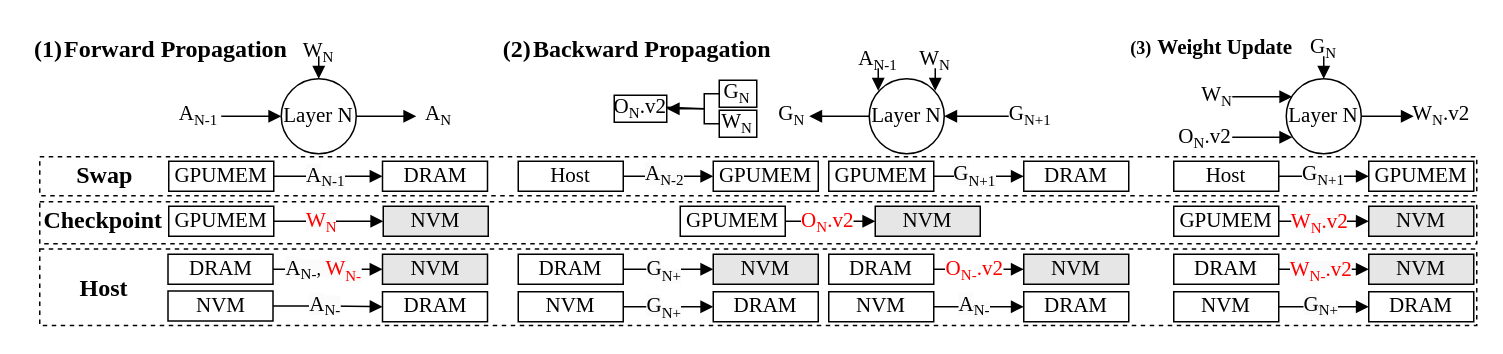
Before: fig/pipeline.drawio in icszhr/NCheck, a draw.io diagram. Source tidied: cells renumbered, new cells numbered last; positions are measured from the earlier drawing's top-left corner, leaving out a move shared by most shapes. Both pictures are drawn from the tidied source at 150%, with x=0, y=0 at pixel (26, 26).
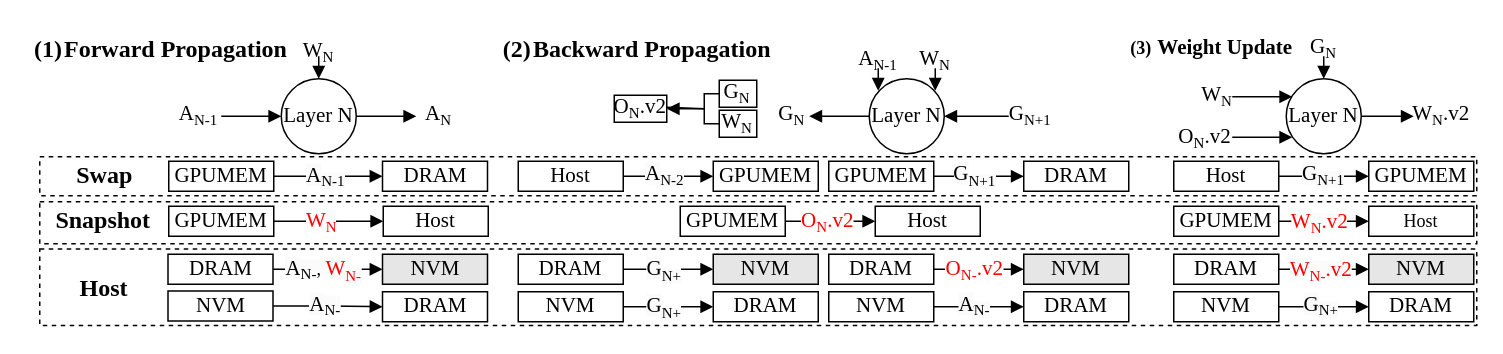
The same diagram, later.

The edit, as a diff of the source:
```diff
@@
-    <mxCell id="15" value="NVM" style="rounded=0;whiteSpace=wrap;html=1;fontFamily=Times New Roman;fillColor=#E6E6E6;fontSize=14;" parent="1" vertex="1">
+    <mxCell id="15" value="Host" style="rounded=0;whiteSpace=wrap;html=1;fontFamily=Times New Roman;fontSize=14;" parent="1" vertex="1">
       <mxGeometry x="238" y="120" width="70" height="20" as="geometry" />
     </mxCell>
@@
-    <mxCell id="51" value="&lt;font style=&quot;font-size: 14px;&quot;&gt;NVM&lt;/font&gt;" style="rounded=0;whiteSpace=wrap;html=1;fontFamily=Times New Roman;fillColor=#E6E6E6;" parent="1" vertex="1">
+    <mxCell id="51" value="&lt;font style=&quot;font-size: 14px;&quot;&gt;Host&lt;/font&gt;" style="rounded=0;whiteSpace=wrap;html=1;fontFamily=Times New Roman;" parent="1" vertex="1">
       <mxGeometry x="566" y="120" width="70" height="20" as="geometry" />
     </mxCell>
@@
-    <mxCell id="78" value="&lt;font style=&quot;font-size: 14px;&quot;&gt;NVM&lt;/font&gt;" style="rounded=0;whiteSpace=wrap;html=1;fontFamily=Times New Roman;fillColor=#E6E6E6;" parent="1" vertex="1">
+    <mxCell id="78" value="Host" style="rounded=0;whiteSpace=wrap;html=1;fontFamily=Times New Roman;" parent="1" vertex="1">
       <mxGeometry x="895" y="120" width="70" height="20" as="geometry" />
     </mxCell>
@@
-    <mxCell id="99" value="&lt;b&gt;Checkpoint&lt;/b&gt;" style="text;html=1;align=center;verticalAlign=middle;whiteSpace=wrap;rounded=0;fontFamily=Times New Roman;fontSize=16;" parent="1" vertex="1">
+    <mxCell id="99" value="&lt;b&gt;Snapshot&lt;/b&gt;" style="text;html=1;align=center;verticalAlign=middle;whiteSpace=wrap;rounded=0;fontFamily=Times New Roman;fontSize=16;" parent="1" vertex="1">
       <mxGeometry x="8" y="113.5" width="87" height="30" as="geometry" />
     </mxCell>
```
